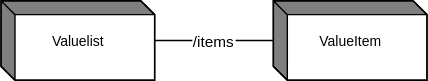
The draw.io diagram docs/information_model/media/sdmx_codelist-valuelist.svg in sdmx-twg/sdmx-im, before a commit. Source tidied: cells renumbered, new cells last; positions are measured from the earlier drawing's top-left corner, leaving out a move shared by most shapes.
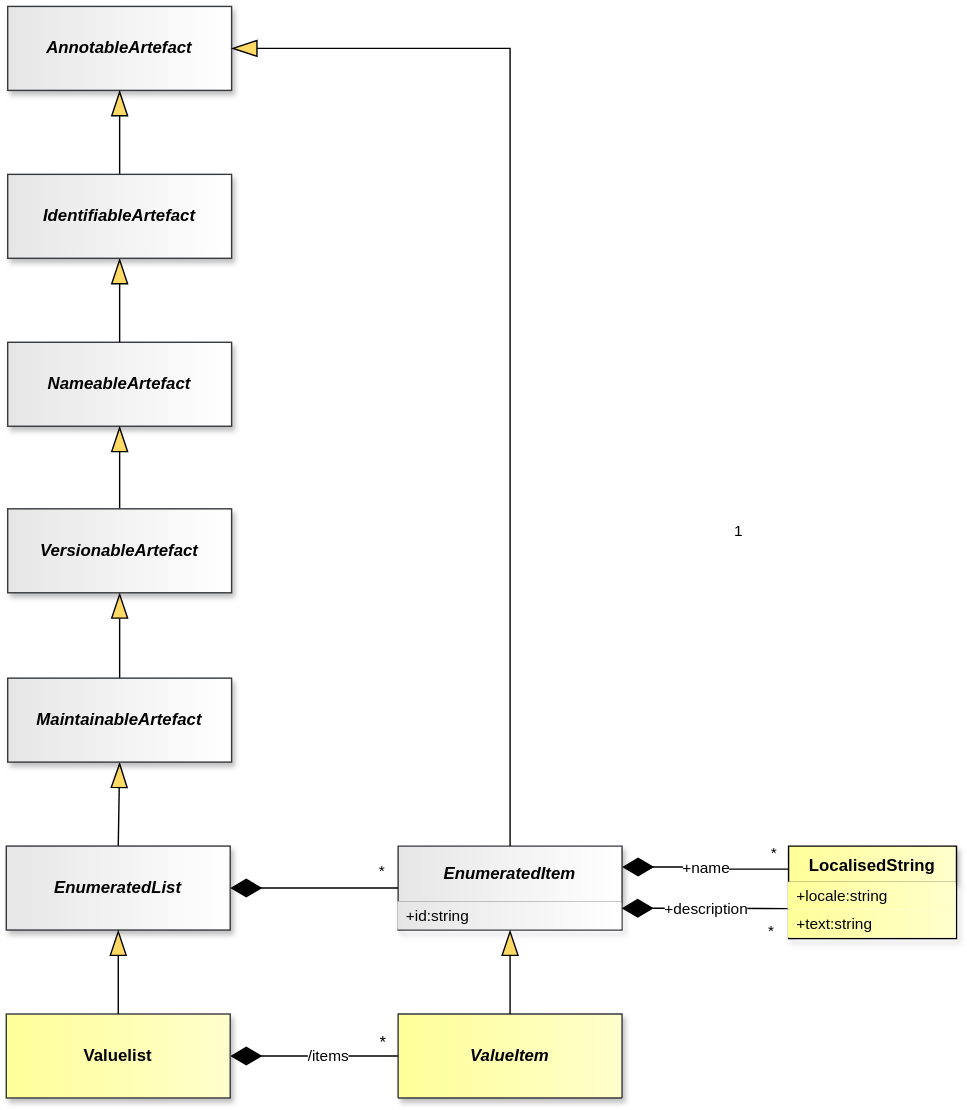
After the change.

Change to the diagram source:
```diff
@@ -2,15 +2,6 @@
   <root>
     <mxCell id="0" />
     <mxCell id="1" parent="0" />
-    <mxCell id="2" value="Valuelist" style="shape=mxgraph.dfd.externalEntity;fontSize=10;" parent="1" vertex="1">
-      <mxGeometry width="110" height="57" as="geometry" />
-    </mxCell>
-    <mxCell id="3" value="ValueItem" style="shape=mxgraph.dfd.externalEntity;fontSize=10;" parent="1" vertex="1">
-      <mxGeometry x="195" width="110" height="57" as="geometry" />
-    </mxCell>
-    <mxCell id="4" value="/items" style="endArrow=none;" parent="1" edge="1" source="3" target="2">
-      <mxGeometry relative="1" as="geometry" />
-    </mxCell>
     <mxCell id="5" style="endArrow=none;" parent="1" edge="1">
       <mxGeometry relative="1" as="geometry" />
     </mxCell>
@@ -80,8 +71,114 @@
     <mxCell id="27" style="endArrow=none;" parent="1" edge="1">
       <mxGeometry relative="1" as="geometry" />
     </mxCell>
-    <mxCell id="28" style="dashed=1;endArrow=none;html=1;curved=1;edgeStyle=entityRelationEdgeStyle;elbow=vertical;fontStyle=1;fontSize=10;exitX=undefined;exitY=undefined;entryX=undefined;entryY=undefined;entryDx=0;entryDy=0;jettySize=auto;jumpStyle=none;rounded=0;orthogonal=1;strokeColor=#808080;fillColor=none;" parent="1" edge="1" source="2">
-      <mxGeometry relative="1" as="geometry" />
-    </mxCell>
+    <mxCell id="29" value="NameableArtefact" style="whiteSpace=wrap;html=1;verticalAlign=middle;gradientDirection=east;imageVerticalAlign=top;fontStyle=3;fillColor=light-dark(#E6E6E6,#E6E6E6);strokeColor=#36393d;fontColor=light-dark(#000000,#000000);gradientColor=light-dark(#FFFFFF,#FFFFFF);shadow=1;" parent="1" vertex="1">
+      <mxGeometry x="-59" y="-391" width="160" height="60" as="geometry" />
+    </mxCell>
+    <mxCell id="30" style="endArrow=blockThin;endSize=16;endFill=1;html=1;rounded=0;exitX=0.5;exitY=0;exitDx=0;exitDy=0;startFill=0;endFillColor=light-dark(#FFD966,#FFD966);strokeColor=light-dark(#000000,#FFFFFF);startFillColor=light-dark(#000000,#FFFFFF);labelBackgroundColor=none;labelBorderColor=light-dark(#000000,#FFFFFF);entryX=0.5;entryY=1;entryDx=0;entryDy=0;" parent="1" edge="1" source="29" target="36">
+      <mxGeometry relative="1" as="geometry" />
+    </mxCell>
+    <mxCell id="31" style="endArrow=blockThin;endSize=16;endFill=1;html=1;rounded=0;entryX=0.5;entryY=1;entryDx=0;entryDy=0;exitX=0.5;exitY=0;exitDx=0;exitDy=0;startFill=0;endFillColor=light-dark(#FFD966,#FFD966);strokeColor=light-dark(#000000,#FFFFFF);startFillColor=light-dark(#000000,#FFFFFF);labelBackgroundColor=none;labelBorderColor=light-dark(#000000,#FFFFFF);" parent="1" edge="1" source="37" target="29">
+      <mxGeometry relative="1" as="geometry" />
+    </mxCell>
+    <mxCell id="32" style="endArrow=blockThin;endSize=16;endFill=1;html=1;rounded=0;exitX=0.5;exitY=0;exitDx=0;exitDy=0;startFill=0;endFillColor=light-dark(#FFD966,#FFD966);strokeColor=light-dark(#000000,#FFFFFF);startFillColor=light-dark(#000000,#FFFFFF);labelBackgroundColor=none;labelBorderColor=light-dark(#000000,#FFFFFF);entryX=0.5;entryY=1;entryDx=0;entryDy=0;" parent="1" edge="1" target="37">
+      <mxGeometry relative="1" as="geometry">
+        <mxPoint x="21" y="-147" as="sourcePoint" />
+      </mxGeometry>
+    </mxCell>
+    <mxCell id="33" style="endArrow=blockThin;endSize=16;endFill=1;html=1;rounded=0;exitX=0.5;exitY=0;exitDx=0;exitDy=0;startFill=0;endFillColor=light-dark(#FFD966,#FFD966);strokeColor=light-dark(#000000,#FFFFFF);startFillColor=light-dark(#000000,#FFFFFF);labelBackgroundColor=none;labelBorderColor=light-dark(#000000,#FFFFFF);entryX=0.5;entryY=1;entryDx=0;entryDy=0;" parent="1" edge="1" source="39" target="38">
+      <mxGeometry x="-0.73" relative="1" as="geometry" />
+    </mxCell>
+    <mxCell id="34" value="&lt;span&gt;&lt;span&gt;AnnotableArtefact&lt;/span&gt;&lt;/span&gt;" style="whiteSpace=wrap;html=1;verticalAlign=middle;gradientDirection=east;imageVerticalAlign=top;fontStyle=3;fillColor=light-dark(#E6E6E6,#E6E6E6);strokeColor=#36393d;fontColor=light-dark(#000000,#000000);gradientColor=light-dark(#FFFFFF,#FFFFFF);shadow=1;" parent="1" vertex="1">
+      <mxGeometry x="-59" y="-631" width="160" height="60" as="geometry" />
+    </mxCell>
+    <mxCell id="35" style="endArrow=blockThin;endSize=16;endFill=1;html=1;rounded=0;entryX=0.5;entryY=1;entryDx=0;entryDy=0;exitX=0.5;exitY=0;exitDx=0;exitDy=0;startFill=0;endFillColor=light-dark(#FFD966,#FFD966);strokeColor=light-dark(#000000,#FFFFFF);startFillColor=light-dark(#000000,#FFFFFF);labelBackgroundColor=none;labelBorderColor=light-dark(#000000,#FFFFFF);" parent="1" edge="1" source="36" target="34">
+      <mxGeometry relative="1" as="geometry" />
+    </mxCell>
+    <mxCell id="36" value="IdentifiableArtefact" style="whiteSpace=wrap;html=1;verticalAlign=middle;gradientDirection=east;imageVerticalAlign=top;fontStyle=3;fillColor=light-dark(#E6E6E6,#E6E6E6);strokeColor=#36393d;fontColor=light-dark(#000000,#000000);gradientColor=light-dark(#FFFFFF,#FFFFFF);shadow=1;" parent="1" vertex="1">
+      <mxGeometry x="-59" y="-511" width="160" height="60" as="geometry" />
+    </mxCell>
+    <mxCell id="37" value="VersionableArtefact" style="whiteSpace=wrap;html=1;verticalAlign=middle;gradientDirection=east;imageVerticalAlign=top;fontStyle=3;fillColor=light-dark(#E6E6E6,#E6E6E6);strokeColor=#36393d;fontColor=light-dark(#000000,#000000);gradientColor=light-dark(#FFFFFF,#FFFFFF);shadow=1;" parent="1" vertex="1">
+      <mxGeometry x="-59" y="-272" width="160" height="60" as="geometry" />
+    </mxCell>
+    <mxCell id="38" value="MaintainableArtefact" style="whiteSpace=wrap;html=1;verticalAlign=middle;gradientDirection=east;imageVerticalAlign=top;fontStyle=3;fillColor=light-dark(#E6E6E6,#E6E6E6);strokeColor=#36393d;fontColor=light-dark(#000000,#000000);gradientColor=light-dark(#FFFFFF,#FFFFFF);shadow=1;" parent="1" vertex="1">
+      <mxGeometry x="-59" y="-151" width="160" height="60" as="geometry" />
+    </mxCell>
+    <mxCell id="39" value="EnumeratedList" style="whiteSpace=wrap;html=1;verticalAlign=middle;gradientDirection=east;imageVerticalAlign=top;fontStyle=3;fillColor=light-dark(#E6E6E6,#E6E6E6);strokeColor=#36393d;fontColor=light-dark(#000000,#000000);gradientColor=light-dark(#FFFFFF,#FFFFFF);shadow=1;" parent="1" vertex="1">
+      <mxGeometry x="-60" y="-31" width="160" height="60" as="geometry" />
+    </mxCell>
+    <mxCell id="40" value="EnumeratedItem" style="swimlane;fontStyle=3;align=center;verticalAlign=middle;horizontal=1;startSize=40;whiteSpace=wrap;html=1;strokeColor=#36393d;fontFamily=Helvetica;fontSize=12;fillColor=light-dark(#E6E6E6,#E6E6E6);gradientDirection=east;gradientColor=light-dark(#FFFFFF,#FFFFFF);fontColor=light-dark(#000000,#000000);shadow=1;" parent="1" vertex="1">
+      <mxGeometry x="220" y="-31" width="160" height="60" as="geometry" />
+    </mxCell>
+    <mxCell id="41" value="+id:string" style="text;strokeColor=none;fillColor=light-dark(#E6E6E6,#E6E6E6);align=left;verticalAlign=middle;spacingLeft=4;spacingRight=4;overflow=hidden;points=[[0,0.5],[1,0.5]];portConstraint=eastwest;whiteSpace=wrap;html=1;fontFamily=Helvetica;fontSize=11;fontColor=light-dark(#000000,#000000);fontStyle=0;gradientColor=light-dark(#FFFFFF,#FFFFFF);gradientDirection=east;" parent="40" vertex="1">
+      <mxGeometry y="40" width="160" height="20" as="geometry" />
+    </mxCell>
+    <mxCell id="42" style="endArrow=none;html=1;endSize=12;startArrow=diamondThin;startSize=20;startFill=1;edgeStyle=orthogonalEdgeStyle;rounded=0;exitX=1;exitY=0.5;exitDx=0;exitDy=0;endFill=0;strokeColor=light-dark(#000000,#FFFFFF);fontColor=light-dark(#000000,#FFFFFF);labelBackgroundColor=none;entryX=0;entryY=0.5;entryDx=0;entryDy=0;" parent="1" edge="1" source="39" target="40">
+      <mxGeometry relative="1" as="geometry" />
+    </mxCell>
+    <mxCell id="43" value="*" style="edgeLabel;html=1;align=right;verticalAlign=top;labelBackgroundColor=none;fontColor=light-dark(#000000,#FFFFFF);" parent="42" vertex="1">
+      <mxGeometry x="1" relative="1" as="geometry">
+        <mxPoint x="-9" y="-25" as="offset" />
+      </mxGeometry>
+    </mxCell>
+    <mxCell id="44" style="endArrow=blockThin;endSize=16;endFill=1;html=1;rounded=0;entryX=1;entryY=0.5;entryDx=0;entryDy=0;exitX=0.5;exitY=0;exitDx=0;exitDy=0;startFill=0;endFillColor=light-dark(#FFD966,#FFD966);strokeColor=light-dark(#000000,#FFFFFF);startFillColor=light-dark(#000000,#FFFFFF);labelBackgroundColor=none;labelBorderColor=light-dark(#000000,#FFFFFF);" parent="1" edge="1" source="40" target="34">
+      <mxGeometry x="-0.1" relative="1" as="geometry">
+        <Array as="points">
+          <mxPoint x="300" y="-601" />
+        </Array>
+      </mxGeometry>
+    </mxCell>
+    <mxCell id="45" value="1" style="edgeLabel;html=1;align=center;verticalAlign=middle;fontSize=11;" parent="1" vertex="1">
+      <mxGeometry x="462.2" y="-256.1" as="geometry" />
+    </mxCell>
+    <mxCell id="4" value="&lt;font style=&quot;color: light-dark(rgb(0, 0, 0), rgb(255, 255, 255)); background-color: light-dark(rgb(255, 255, 255), rgb(0, 0, 0));&quot;&gt;/items&lt;/font&gt;" style="endArrow=none;html=1;endSize=12;startArrow=diamondThin;startSize=20;startFill=1;edgeStyle=orthogonalEdgeStyle;rounded=0;endFill=0;strokeColor=light-dark(#000000,#FFFFFF);fontColor=light-dark(#000000,#FFFFFF);labelBackgroundColor=none;exitX=1;exitY=0.5;exitDx=0;exitDy=0;entryX=0;entryY=0.5;entryDx=0;entryDy=0;" parent="1" edge="1" source="2" target="3">
+      <mxGeometry x="0.17" relative="1" as="geometry" />
+    </mxCell>
+    <mxCell id="46" value="*" style="edgeLabel;html=1;align=right;verticalAlign=top;labelBackgroundColor=none;fontColor=light-dark(#000000,#FFFFFF);" parent="4" vertex="1">
+      <mxGeometry x="1" relative="1" as="geometry">
+        <mxPoint x="15" y="-23" as="offset" />
+      </mxGeometry>
+    </mxCell>
+    <mxCell id="47" value="*" style="edgeLabel;html=1;align=center;verticalAlign=middle;fontSize=12;" parent="4" vertex="1">
+      <mxGeometry x="0.92" y="-1" relative="1" as="geometry">
+        <mxPoint x="-7" y="-11" as="offset" />
+      </mxGeometry>
+    </mxCell>
+    <mxCell id="2" value="Valuelist" style="whiteSpace=wrap;html=1;verticalAlign=middle;gradientDirection=east;imageVerticalAlign=top;fontStyle=1;fillColor=light-dark(#FFFF99,#FFFF99);strokeColor=#36393d;fontColor=light-dark(#000000,#000000);gradientColor=light-dark(#FFFFCC,#FFFFCC);shadow=1;" parent="1" vertex="1">
+      <mxGeometry x="-60" y="89" width="160" height="60" as="geometry" />
+    </mxCell>
+    <mxCell id="3" value="ValueItem" style="swimlane;fontStyle=3;align=center;verticalAlign=middle;horizontal=1;startSize=61;whiteSpace=wrap;html=1;strokeColor=#36393d;fontFamily=Helvetica;fontSize=12;fillColor=light-dark(#FFFF99,#FFFF99);gradientDirection=east;gradientColor=light-dark(#FFFFCC,#FFFFCC);fontColor=light-dark(#000000,#000000);shadow=1;" parent="1" vertex="1">
+      <mxGeometry x="220" y="89" width="160" height="60" as="geometry" />
+    </mxCell>
+    <mxCell id="48" value="LocalisedString" style="swimlane;fontStyle=1;align=center;verticalAlign=top;horizontal=1;startSize=26;whiteSpace=wrap;html=1;fillColor=light-dark(#FFFF99,#FFFF99);strokeColor=light-dark(#000000,#000000);gradientDirection=east;swimlaneLine=1;fontColor=light-dark(#000000,#000000);labelBackgroundColor=none;textShadow=0;gradientColor=light-dark(#FFFFCC,#FFFFCC);shadow=1;" parent="1" vertex="1">
+      <mxGeometry x="499" y="-31" width="120" height="66" as="geometry" />
+    </mxCell>
+    <mxCell id="49" value="+locale:string" style="text;strokeColor=none;fillColor=light-dark(#FFFF99,#FFFF99);align=left;verticalAlign=middle;spacingLeft=4;spacingRight=4;overflow=hidden;points=[[0,0.5],[1,0.5]];portConstraint=eastwest;whiteSpace=wrap;html=1;fontSize=11;gradientColor=light-dark(#FFFFCC,#FFFFCC);gradientDirection=east;fontColor=light-dark(#000000,#000000);strokeWidth=0;" parent="48" vertex="1">
+      <mxGeometry y="26" width="120" height="20" as="geometry" />
+    </mxCell>
+    <mxCell id="50" value="+text:string" style="text;strokeColor=none;fillColor=light-dark(#FFFF99,#FFFF99);align=left;verticalAlign=middle;spacingLeft=4;spacingRight=4;overflow=hidden;whiteSpace=wrap;html=1;fontSize=11;gradientColor=light-dark(#FFFFCC,#FFFFCC);gradientDirection=east;fontColor=light-dark(#000000,#000000);strokeWidth=0;" parent="48" vertex="1">
+      <mxGeometry y="46" width="120" height="20" as="geometry" />
+    </mxCell>
+    <mxCell id="51" value="&lt;font style=&quot;color: light-dark(rgb(0, 0, 0), rgb(255, 255, 255)); background-color: light-dark(rgb(255, 255, 255), rgb(0, 0, 0));&quot;&gt;+name&lt;/font&gt;" style="endArrow=none;html=1;endSize=12;startArrow=diamondThin;startSize=20;startFill=1;edgeStyle=orthogonalEdgeStyle;rounded=0;exitX=1;exitY=0.25;exitDx=0;exitDy=0;endFill=0;strokeColor=light-dark(#000000,#FFFFFF);fontColor=light-dark(#000000,#FFFFFF);labelBackgroundColor=none;entryX=0;entryY=0.25;entryDx=0;entryDy=0;" parent="1" edge="1" source="40" target="48">
+      <mxGeometry x="-0.01" relative="1" as="geometry" />
+    </mxCell>
+    <mxCell id="52" value="*" style="edgeLabel;html=1;align=right;verticalAlign=top;labelBackgroundColor=none;fontColor=light-dark(#000000,#FFFFFF);" parent="51" vertex="1">
+      <mxGeometry x="1" relative="1" as="geometry">
+        <mxPoint x="-9" y="-25" as="offset" />
+      </mxGeometry>
+    </mxCell>
+    <mxCell id="53" value="&lt;font style=&quot;color: light-dark(rgb(0, 0, 0), rgb(255, 255, 255)); background-color: light-dark(rgb(255, 255, 255), rgb(0, 0, 0));&quot;&gt;+description&lt;/font&gt;" style="endArrow=none;html=1;endSize=12;startArrow=diamondThin;startSize=20;startFill=1;edgeStyle=orthogonalEdgeStyle;rounded=0;exitX=0.998;exitY=0.221;exitDx=0;exitDy=0;endFill=0;strokeColor=light-dark(#000000,#FFFFFF);fontColor=light-dark(#000000,#FFFFFF);labelBackgroundColor=none;entryX=-0.006;entryY=0.935;entryDx=0;entryDy=0;entryPerimeter=0;exitPerimeter=0;" parent="1" edge="1" source="41" target="49">
+      <mxGeometry x="0.03" relative="1" as="geometry" />
+    </mxCell>
+    <mxCell id="54" value="*" style="edgeLabel;html=1;align=right;verticalAlign=top;labelBackgroundColor=none;fontColor=light-dark(#000000,#FFFFFF);" parent="53" vertex="1">
+      <mxGeometry x="1" relative="1" as="geometry">
+        <mxPoint x="-9" y="3" as="offset" />
+      </mxGeometry>
+    </mxCell>
+    <mxCell id="55" style="endArrow=blockThin;endSize=16;endFill=1;html=1;rounded=0;exitX=0.5;exitY=0;exitDx=0;exitDy=0;startFill=0;endFillColor=light-dark(#FFD966,#FFD966);strokeColor=light-dark(#000000,#FFFFFF);startFillColor=light-dark(#000000,#FFFFFF);labelBackgroundColor=none;labelBorderColor=light-dark(#000000,#FFFFFF);entryX=0.5;entryY=1;entryDx=0;entryDy=0;" parent="1" edge="1" source="2" target="39">
+      <mxGeometry x="-0.8" relative="1" as="geometry" />
+    </mxCell>
+    <mxCell id="56" style="endArrow=blockThin;endSize=16;endFill=1;html=1;rounded=0;exitX=0.5;exitY=0;exitDx=0;exitDy=0;startFill=0;endFillColor=light-dark(#FFD966,#FFD966);strokeColor=light-dark(#000000,#FFFFFF);startFillColor=light-dark(#000000,#FFFFFF);labelBackgroundColor=none;labelBorderColor=light-dark(#000000,#FFFFFF);entryX=0.5;entryY=1;entryDx=0;entryDy=0;" parent="1" edge="1" source="3" target="40">
+      <mxGeometry x="-0.73" relative="1" as="geometry" />
+    </mxCell>
   </root>
 </mxGraphModel>
```
